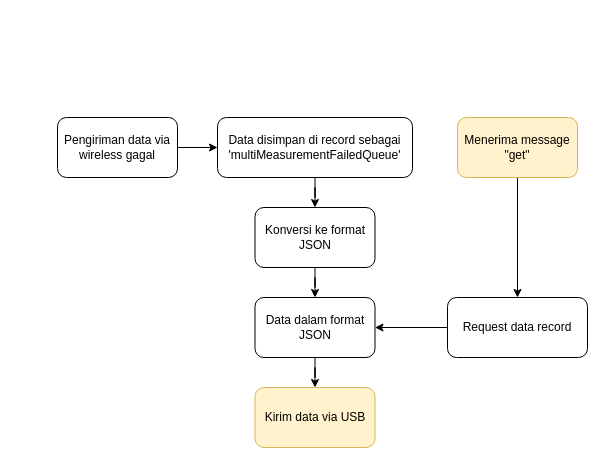
Before: .flow/firm.drawio in frostdev03/SerialTo, a draw.io diagram. Source tidied: cells renumbered, new cells numbered last; positions are measured from the earlier drawing's top-left corner, leaving out a move shared by most shapes. Both pictures are drawn from the tidied source at 100%, with x=0, y=0 at pixel (57, 117).
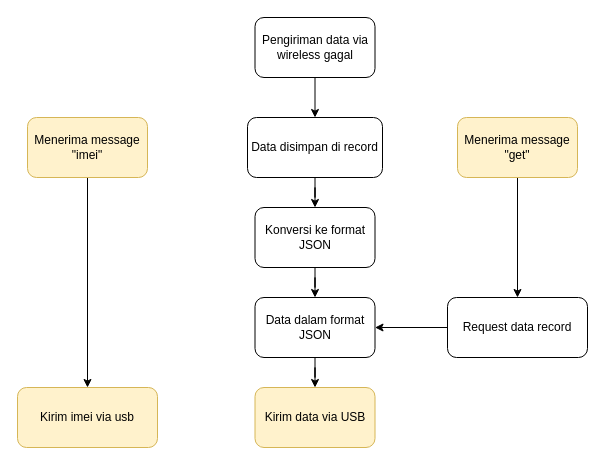
The same page after the edit.

What changed in the source:
```diff
@@
 <mxGraphModel>
   <root>
     <mxCell id="0" />
     <mxCell id="1" parent="0" />
     <mxCell id="2" style="edgeStyle=orthogonalEdgeStyle;rounded=0;jettySize=auto;html=1;" parent="1" edge="1" source="3" target="5">
       <mxGeometry relative="1" as="geometry" />
     </mxCell>
     <mxCell id="3" value="Pengiriman data via wireless gagal" style="rounded=1;whiteSpace=wrap;html=1;" parent="1" vertex="1">
-      <mxGeometry width="120" height="60" as="geometry" />
+      <mxGeometry x="197.5" y="-100" width="120" height="60" as="geometry" />
     </mxCell>
     <mxCell id="4" style="edgeStyle=orthogonalEdgeStyle;rounded=0;jettySize=auto;html=1;entryX=0.5;entryY=0;entryDx=0;entryDy=0;" parent="1" edge="1" source="5" target="9">
       <mxGeometry relative="1" as="geometry" />
     </mxCell>
-    <mxCell id="5" value="Data disimpan di record sebagai 'multiMeasurementFailedQueue'" style="rounded=1;whiteSpace=wrap;html=1;" parent="1" vertex="1">
-      <mxGeometry x="160" width="195" height="60" as="geometry" />
+    <mxCell id="5" value="Data disimpan di record" style="rounded=1;whiteSpace=wrap;html=1;" parent="1" vertex="1">
+      <mxGeometry x="190" width="135" height="60" as="geometry" />
     </mxCell>
     <mxCell id="6" style="edgeStyle=orthogonalEdgeStyle;rounded=0;jettySize=auto;html=1;entryX=1;entryY=0.5;entryDx=0;entryDy=0;" parent="1" edge="1" source="7" target="14">
       <mxGeometry relative="1" as="geometry" />
     </mxCell>
     <mxCell id="7" value="Request data record" style="whiteSpace=wrap;html=1;rounded=1;" parent="1" vertex="1">
       <mxGeometry x="390" y="180" width="140" height="60" as="geometry" />
     </mxCell>
     <mxCell id="8" style="edgeStyle=orthogonalEdgeStyle;rounded=0;jettySize=auto;html=1;" parent="1" edge="1" source="9" target="14">
       <mxGeometry relative="1" as="geometry" />
     </mxCell>
     <mxCell id="9" value="Konversi ke format JSON" style="whiteSpace=wrap;html=1;rounded=1;" parent="1" vertex="1">
       <mxGeometry x="197.5" y="90" width="120" height="60" as="geometry" />
     </mxCell>
     <mxCell id="10" value="Kirim data via USB" style="whiteSpace=wrap;html=1;rounded=1;fillColor=#fff2cc;strokeColor=#d6b656;" parent="1" vertex="1">
       <mxGeometry x="197.5" y="270" width="120" height="60" as="geometry" />
     </mxCell>
     <mxCell id="11" style="edgeStyle=orthogonalEdgeStyle;rounded=0;jettySize=auto;html=1;" parent="1" edge="1" source="12" target="7">
       <mxGeometry relative="1" as="geometry" />
     </mxCell>
     <mxCell id="12" value="Menerima message &quot;get&quot;" style="whiteSpace=wrap;html=1;rounded=1;fillColor=#fff2cc;strokeColor=#d6b656;" parent="1" vertex="1">
       <mxGeometry x="400" width="120" height="60" as="geometry" />
     </mxCell>
     <mxCell id="13" style="edgeStyle=orthogonalEdgeStyle;rounded=0;jettySize=auto;html=1;" parent="1" edge="1" source="14" target="10">
       <mxGeometry relative="1" as="geometry" />
     </mxCell>
     <mxCell id="14" value="Data dalam format JSON" style="whiteSpace=wrap;html=1;rounded=1;" parent="1" vertex="1">
       <mxGeometry x="197.5" y="180" width="120" height="60" as="geometry" />
     </mxCell>
+    <mxCell id="15" style="edgeStyle=orthogonalEdgeStyle;rounded=0;jettySize=auto;html=1;" parent="1" edge="1" source="16" target="17">
+      <mxGeometry relative="1" as="geometry" />
+    </mxCell>
+    <mxCell id="16" value="Menerima message &quot;imei&quot;" style="whiteSpace=wrap;html=1;rounded=1;fillColor=#fff2cc;strokeColor=#d6b656;" parent="1" vertex="1">
+      <mxGeometry x="-30" width="120" height="60" as="geometry" />
+    </mxCell>
+    <mxCell id="17" value="Kirim imei via usb" style="whiteSpace=wrap;html=1;rounded=1;fillColor=#fff2cc;strokeColor=#d6b656;" parent="1" vertex="1">
+      <mxGeometry x="-40" y="270" width="140" height="60" as="geometry" />
+    </mxCell>
   </root>
 </mxGraphModel>
```
